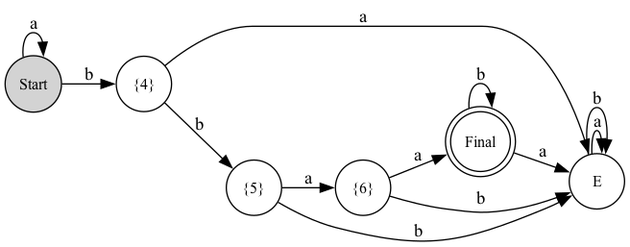
The Graphviz diagram pngs/dfa_graph_minimized.png in estebandonis/Proyecto1-TeoriaDeLaComputacion, before a commit. Its source is kept beside it as pngs/dfa_graph_minimized.dot.
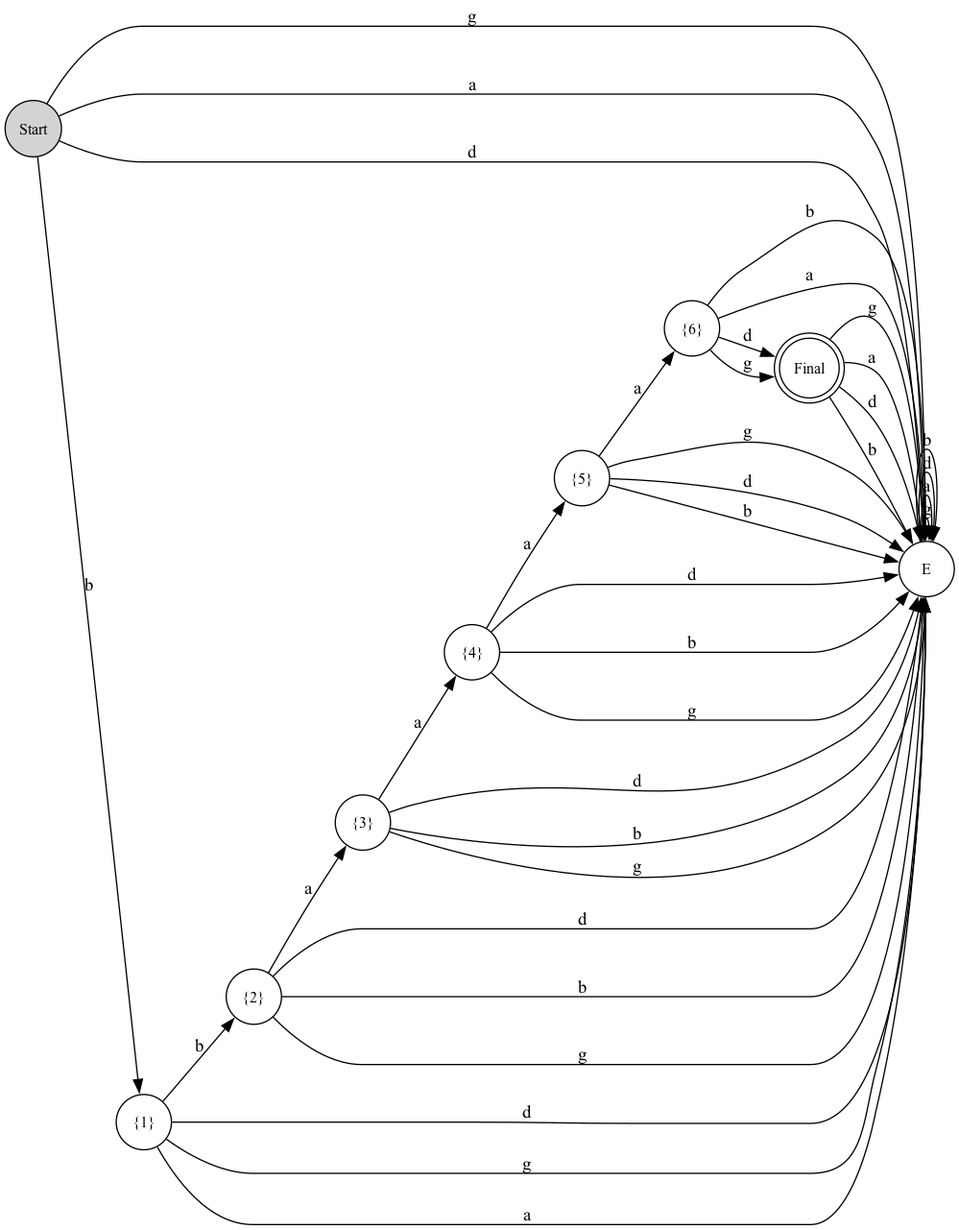
The same diagram one commit later.

Diff of the diagram source:
```diff
@@ -1,73 +1,160 @@
 digraph G {
-	graph [bb="0,0,281.11,129.47",
+	graph [bb="0,0,198.36,202.07",
 		rankdir=LR
 	];
 	node [label="\N"];
+	"{2}"	[fontsize=12,
+		height=0.6,
+		pos="25.644,139.16",
+		shape=circle,
+		width=0.6];
+	"{3}"	[fontsize=12,
+		height=0.6,
+		pos="71.111,180.47",
+		shape=circle,
+		width=0.6];
+	"{2}" -> "{3}"	[label=a,
+		lp="41.268,164.33",
+		pos="e,55.005,165.84 41.802,153.84 43.41,155.3 45.066,156.81 46.734,158.32"];
+	E	[fontsize=12,
+		height=0.6,
+		pos="98.765,102.85",
+		shape=circle,
+		width=0.6];
+	"{2}" -> E	[label=d,
+		lp="59.359,142.7",
+		pos="e,87.356,121.36 47.361,141.24 57.114,138.59 68.488,133.5 78.107,127.66"];
+	"{2}" -> E	[label=b,
+		lp="54.914,104.32",
+		pos="e,76.842,100.83 37.112,120.6 44.981,114.54 55.665,108.66 65.966,104.54"];
+	"{2}" -> E	[label=g,
+		lp="60.489,115.28",
+		pos="e,79.116,112.61 45.239,129.43 52.534,125.81 60.986,121.61 68.989,117.64"];
+	"{4}"	[fontsize=12,
+		height=0.6,
+		pos="132.42,178.05",
+		shape=circle,
+		width=0.6];
+	"{5}"	[fontsize=12,
+		height=0.6,
+		pos="174.64,133.54",
+		shape=circle,
+		width=0.6];
+	"{4}" -> "{5}"	[label=a,
+		lp="146.49,151.8",
+		pos="e,159.53,149.47 147.19,162.48 148.69,160.9 150.23,159.27 151.79,157.63"];
+	"{4}" -> E	[label=d,
+		lp="125.69,132.25",
+		pos="e,116.87,115.15 135.3,156.28 133,146.34 128.33,134.67 122.83,124.73"];
+	"{4}" -> E	[label=b,
+		lp="103.28,158.78",
+		pos="e,95.868,124.55 114.27,165.69 108.39,157.36 102.8,146.1 99.047,135.38"];
+	"{4}" -> E	[label=g,
+		lp="114.52,137.33",
+		pos="e,107.69,122.8 123.4,157.9 120.02,150.33 116.09,141.56 112.38,133.27"];
+	"{6}"	[fontsize=12,
+		height=0.6,
+		pos="173.67,72.45",
+		shape=circle,
+		width=0.6];
+	"{6}" -> E	[label=b,
+		lp="142.47,71.403",
+		pos="e,116.05,89.347 151.73,74.857 143.82,77.337 134.79,80.778 126.46,84.449"];
+	"{6}" -> E	[label=a,
+		lp="146.85,83.133",
+		pos="e,120.57,100.49 156.26,86.019 148.86,89.753 139.99,93.572 131.45,96.747"];
+	Final	[fontsize=12,
+		height=0.75924,
+		pos="135.76,27.333",
+		shape=doublecircle,
+		width=0.75924];
+	"{6}" -> Final	[label=d,
+		lp="168.45,43.855",
+		pos="e,158.25,43.643 165.17,52.24 165.1,52.15 165.04,52.06 164.97,51.97"];
+	"{6}" -> Final	[label=g,
+		lp="151.96,68.957",
+		pos="e,147.86,52.188 155.46,60.834 155.38,60.75 155.3,60.665 155.22,60.581"];
+	"{5}" -> "{6}"	[label=a,
+		lp="171.25,100.29",
+		pos="e,174.02,94.266 174.29,111.48 174.26,109.56 174.23,107.58 174.2,105.59"];
+	"{5}" -> E	[label=g,
+		lp="149.91,117.17",
+		pos="e,120.51,99.173 161.74,115.89 153.32,110.39 142.04,105.27 131.33,101.94"];
+	"{5}" -> E	[label=d,
+		lp="133.84,139.89",
+		pos="e,111.6,120.45 153.1,137.25 143.15,135.35 131.39,131.13 121.33,126.03"];
+	"{5}" -> E	[label=b,
+		lp="138.61,128.58",
+		pos="e,119.15,111.1 154.31,125.31 146.74,122.25 137.97,118.7 129.66,115.35"];
+	"{3}" -> "{4}"	[label=a,
+		lp="99.084,187.73",
+		pos="e,110.7,178.9 92.899,179.61 94.977,179.53 97.115,179.44 99.269,179.36"];
+	"{3}" -> E	[label=d,
+		lp="91.263,142.76",
+		pos="e,103.35,124.26 88.24,166.72 93.446,157.95 98.137,146.29 101.04,135.3"];
+	"{3}" -> E	[label=b,
+		lp="68.134,134.52",
+		pos="e,81.675,116.53 66.533,158.99 68.044,148.9 71.787,136.9 76.486,126.56"];
+	"{3}" -> E	[label=g,
+		lp="79.675,138.71",
+		pos="e,91.43,123.44 78.522,159.67 81.303,151.86 84.529,142.81 87.577,134.25"];
+	E -> E	[label=g,
+		lp="141.74,102.85",
+		pos="e,120.75,101.18 120.75,104.52 130.24,104.65 138.36,104.1 138.36,102.85 138.36,102.17 135.94,101.69 132.18,101.42"];
+	E -> E	[label=a,
+		lp="195.36,102.85",
+		pos="e,120.39,98.544 120.39,107.16 152.35,111.49 192.36,110.06 192.36,102.85 192.36,96.46 160.9,94.607 131.49,97.292"];
+	E -> E	[label=d,
+		lp="177.74,102.85",
+		pos="e,120.43,99.134 120.43,106.57 145.42,109.2 174.36,107.97 174.36,102.85 174.36,98.495 153.38,96.95 131.72,98.216"];
+	E -> E	[label=b,
+		lp="159.74,102.85",
+		pos="e,120.63,99.95 120.63,105.75 138.21,106.91 156.36,105.94 156.36,102.85 156.36,100.43 145.29,99.315 132.06,99.494"];
+	"{1}"	[fontsize=12,
+		height=0.6,
+		pos="21.6,78.043",
+		shape=circle,
+		width=0.6];
+	"{1}" -> "{2}"	[label=b,
+		lp="26.622,111.19",
+		pos="e,24.211,117.51 23.037,99.764 23.174,101.84 23.315,103.97 23.457,106.11"];
+	"{1}" -> E	[label=d,
+		lp="47.763,108.75",
+		pos="e,77.42,108.15 35.946,94.842 44.531,99.559 55.741,103.68 66.329,106.16"];
+	"{1}" -> E	[label=g,
+		lp="55.315,68.757",
+		pos="e,84.509,86.102 43.048,72.752 52.773,73.921 64.284,77.106 74.333,81.261"];
+	"{1}" -> E	[label=a,
+		lp="51.567,80.392",
+		pos="e,77.76,96.098 42.279,84.691 49.829,87.119 58.554,89.924 66.855,92.592"];
+	Final -> E	[label=g,
+		lp="98.459,63.065",
+		pos="e,91.066,82.25 110.39,38.533 102.97,47.331 96.59,59.561 93.279,71.097"];
+	Final -> E	[label=a,
+		lp="131.77,79.33",
+		pos="e,119.56,96.499 142.46,54.245 140.04,65.577 134.23,78.202 127.08,87.914"];
+	Final -> E	[label=d,
+		lp="120.85,73.834",
+		pos="e,113.27,86.702 129.56,54.438 126.48,61.698 122.74,69.524 118.9,76.729"];
+	Final -> E	[label=b,
+		lp="109.27,68.049",
+		pos="e,102.73,81.238 118.15,48.847 114.33,55.669 110.47,63.356 107.15,70.75"];
 	Start	[fontsize=12,
 		height=0.61168,
-		pos="22.02,107.45",
+		pos="56.583,30.422",
 		shape=circle,
 		style=filled,
 		width=0.61168];
-	Start -> Start	[label=a,
-		lp="65.041,107.45",
-		pos="e,43.431,100.84 43.431,114.07 53.363,114.79 62.041,112.59 62.041,107.45 62.041,104.49 59.14,102.5 54.774,101.49"];
-	"{4}"	[fontsize=12,
-		height=0.6,
-		pos="94.251,95.101",
-		shape=circle,
-		width=0.6];
-	Start -> "{4}"	[label=b,
-		lp="49.514,110.42",
-		pos="e,72.818,98.766 44.084,103.68 49.646,102.73 55.735,101.69 61.693,100.67"];
-	"{6}"	[fontsize=12,
-		height=0.6,
-		pos="225.39,86.486",
-		shape=circle,
-		width=0.6];
-	Final	[fontsize=12,
-		height=0.75924,
-		pos="229.02,27.333",
-		shape=doublecircle,
-		width=0.75924];
-	"{6}" -> Final	[label=a,
-		lp="223.75,56.062",
-		pos="e,227.34,54.788 226.74,64.46 226.75,64.361 226.75,64.262 226.76,64.164"];
-	E	[fontsize=12,
-		height=0.6,
-		pos="169.01,95.799",
-		shape=circle,
-		width=0.6];
-	"{6}" -> E	[label=b,
-		lp="199.35,98.48",
-		pos="e,190.49,92.25 203.75,90.06 203.07,90.172 202.39,90.285 201.7,90.399"];
-	Final -> Final	[label=b,
-		lp="277.73,27.333",
-		pos="e,256.02,20.598 256.02,34.068 266.08,34.289 274.36,32.044 274.36,27.333 274.36,24.609 271.59,22.71 267.31,21.635"];
-	Final -> E	[label=a,
-		lp="197.65,67.956",
-		pos="e,183.23,79.573 210.69,48.247 204.35,55.483 197.18,63.659 190.6,71.166"];
-	E -> E	[label=a,
-		lp="211.61,95.799",
-		pos="e,190.59,92.477 190.59,99.121 200.25,99.438 208.61,98.33 208.61,95.799 208.61,94.375 205.96,93.402 201.93,92.879"];
-	E -> E	[label=b,
-		lp="229.98,95.799",
-		pos="e,190.27,90.079 190.27,101.52 208.04,103.96 226.61,102.06 226.61,95.799 226.61,90.861 215.05,88.632 201.44,89.113"];
-	"{5}"	[fontsize=12,
-		height=0.6,
-		pos="143.56,42.623",
-		shape=circle,
-		width=0.6];
-	"{5}" -> "{6}"	[label=a,
-		lp="176.51,53.645",
-		pos="e,206.14,76.166 162.95,53.018 172.84,58.317 185.06,64.872 196.07,70.772"];
-	"{5}" -> E	[label=b,
-		lp="150.48,72.379",
-		pos="e,159.61,76.159 153.03,62.424 153.57,63.546 154.12,64.685 154.67,65.833"];
-	"{4}" -> E	[label=a,
-		lp="122.97,103.65",
-		pos="e,147.14,95.595 116.28,95.306 122.36,95.363 129.1,95.426 135.67,95.488"];
-	"{4}" -> "{5}"	[label=b,
-		lp="111.68,64.706",
-		pos="e,128.59,58.555 109.31,79.071 112.95,75.205 116.91,70.989 120.8,66.841"];
+	Start -> E	[label=g,
+		lp="67.843,76.531",
+		pos="e,79.675,92.712 56.198,52.655 59.712,62.682 65.923,74.297 72.737,83.906"];
+	Start -> E	[label=a,
+		lp="82.568,64.1",
+		pos="e,99.271,80.967 76.111,41.059 83.049,49.007 90.038,60.041 95.026,70.642"];
+	Start -> E	[label=d,
+		lp="78.303,70.171",
+		pos="e,87.721,83.889 67.887,49.831 72.211,57.256 77.24,65.892 81.969,74.011"];
+	Start -> "{1}"	[label=b,
+		lp="45.646,58.154",
+		pos="e,34.612,60.33 43.357,48.425 42.641,49.4 41.915,50.388 41.184,51.383"];
 }
```
